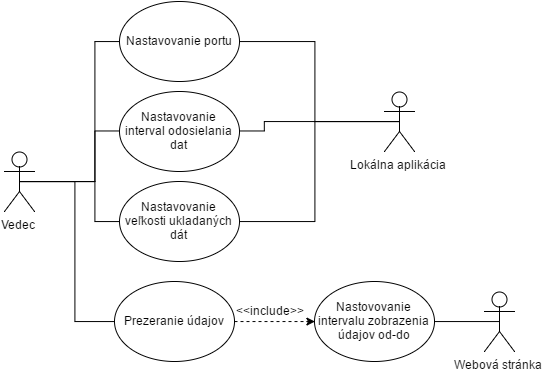
The draw.io diagram Use-case diagram.png in TIS2016/MeracieZariadenia, before a commit. Source tidied: cells renumbered, new cells last; positions are measured from the earlier drawing's top-left corner, leaving out a move shared by most shapes. The source it was exported from:
```xml
<mxGraphModel background="#ffffff">
  <root>
    <mxCell id="0" />
    <mxCell id="1" parent="0" />
    <mxCell id="2" style="edgeStyle=orthogonalEdgeStyle;rounded=0;html=1;exitX=0.5;exitY=0.5;exitPerimeter=0;entryX=0;entryY=0.5;endArrow=none;endFill=0;jettySize=auto;strokeColor=#000000;" parent="1" edge="1" source="5" target="9">
      <mxGeometry relative="1" as="geometry">
        <Array as="points">
          <mxPoint x="90" y="180" />
          <mxPoint x="90" y="40" />
        </Array>
      </mxGeometry>
    </mxCell>
    <mxCell id="3" style="edgeStyle=orthogonalEdgeStyle;rounded=0;html=1;exitX=0.5;exitY=0.5;exitPerimeter=0;entryX=0;entryY=0.5;endArrow=none;endFill=0;jettySize=auto;strokeColor=#000000;" parent="1" edge="1" source="5" target="11">
      <mxGeometry relative="1" as="geometry">
        <Array as="points">
          <mxPoint x="90" y="180" />
          <mxPoint x="90" y="130" />
        </Array>
      </mxGeometry>
    </mxCell>
    <mxCell id="4" style="edgeStyle=orthogonalEdgeStyle;rounded=0;html=1;exitX=0.5;exitY=0.5;exitPerimeter=0;entryX=0;entryY=0.5;endArrow=none;endFill=0;jettySize=auto;strokeColor=#000000;" parent="1" edge="1" source="5" target="16">
      <mxGeometry relative="1" as="geometry">
        <Array as="points">
          <mxPoint x="90" y="180" />
          <mxPoint x="90" y="220" />
        </Array>
      </mxGeometry>
    </mxCell>
    <mxCell id="5" value="Vedec" style="shape=umlActor;verticalLabelPosition=bottom;labelBackgroundColor=#ffffff;verticalAlign=top;html=1;" parent="1" vertex="1">
      <mxGeometry y="150" width="30" height="60" as="geometry" />
    </mxCell>
    <mxCell id="6" style="edgeStyle=orthogonalEdgeStyle;rounded=0;html=1;entryX=0;entryY=0.5;endArrow=classic;endFill=1;jettySize=auto;strokeColor=#000000;dashed=1;" parent="1" edge="1" source="7" target="18">
      <mxGeometry relative="1" as="geometry" />
    </mxCell>
    <mxCell id="7" value="Prezeranie údajov" style="ellipse;whiteSpace=wrap;html=1;" parent="1" vertex="1">
      <mxGeometry x="110" y="280" width="120" height="80" as="geometry" />
    </mxCell>
    <mxCell id="8" style="edgeStyle=orthogonalEdgeStyle;rounded=0;html=1;exitX=1;exitY=0.5;entryX=0.5;entryY=0.5;entryPerimeter=0;endArrow=none;endFill=0;jettySize=auto;strokeColor=#000000;" parent="1" edge="1" source="9" target="13">
      <mxGeometry relative="1" as="geometry">
        <Array as="points">
          <mxPoint x="310" y="40" />
          <mxPoint x="310" y="120" />
        </Array>
      </mxGeometry>
    </mxCell>
    <mxCell id="9" value="Nastavovanie portu" style="ellipse;whiteSpace=wrap;html=1;" parent="1" vertex="1">
      <mxGeometry x="115" width="120" height="80" as="geometry" />
    </mxCell>
    <mxCell id="10" style="edgeStyle=orthogonalEdgeStyle;rounded=0;html=1;exitX=1;exitY=0.5;entryX=0.5;entryY=0.5;entryPerimeter=0;endArrow=none;endFill=0;jettySize=auto;strokeColor=#000000;" parent="1" edge="1" source="11" target="13">
      <mxGeometry relative="1" as="geometry">
        <Array as="points">
          <mxPoint x="260" y="130" />
          <mxPoint x="260" y="120" />
        </Array>
      </mxGeometry>
    </mxCell>
    <mxCell id="11" value="Nastavovanie interval odosielania dat" style="ellipse;whiteSpace=wrap;html=1;" parent="1" vertex="1">
      <mxGeometry x="115" y="90" width="120" height="80" as="geometry" />
    </mxCell>
    <mxCell id="12" style="edgeStyle=orthogonalEdgeStyle;rounded=0;html=1;exitX=0.5;exitY=0.5;exitPerimeter=0;entryX=0;entryY=0.5;endArrow=none;endFill=0;jettySize=auto;strokeColor=#000000;" parent="1" edge="1" source="5" target="7">
      <mxGeometry relative="1" as="geometry">
        <Array as="points">
          <mxPoint x="70" y="180" />
          <mxPoint x="70" y="320" />
        </Array>
      </mxGeometry>
    </mxCell>
    <mxCell id="13" value="Lokálna aplikácia" style="shape=umlActor;verticalLabelPosition=bottom;labelBackgroundColor=#ffffff;verticalAlign=top;html=1;" parent="1" vertex="1">
      <mxGeometry x="380" y="90" width="30" height="60" as="geometry" />
    </mxCell>
    <mxCell id="14" value="Webová stránka&lt;div&gt;&lt;br&gt;&lt;/div&gt;" style="shape=umlActor;verticalLabelPosition=bottom;labelBackgroundColor=#ffffff;verticalAlign=top;html=1;" parent="1" vertex="1">
      <mxGeometry x="480" y="290" width="30" height="60" as="geometry" />
    </mxCell>
    <mxCell id="15" style="edgeStyle=orthogonalEdgeStyle;rounded=0;html=1;exitX=1;exitY=0.5;entryX=0.5;entryY=0.5;entryPerimeter=0;endArrow=none;endFill=0;jettySize=auto;strokeColor=#000000;" parent="1" edge="1" source="16" target="13">
      <mxGeometry relative="1" as="geometry">
        <Array as="points">
          <mxPoint x="310" y="220" />
          <mxPoint x="310" y="120" />
        </Array>
      </mxGeometry>
    </mxCell>
    <mxCell id="16" value="Nastavovanie veľkosti ukladaných dát" style="ellipse;whiteSpace=wrap;html=1;" parent="1" vertex="1">
      <mxGeometry x="115" y="180" width="120" height="80" as="geometry" />
    </mxCell>
    <mxCell id="17" style="edgeStyle=orthogonalEdgeStyle;rounded=0;html=1;entryX=0.5;entryY=0.5;entryPerimeter=0;endArrow=none;endFill=0;jettySize=auto;strokeColor=#000000;" parent="1" edge="1" source="18" target="14">
      <mxGeometry relative="1" as="geometry" />
    </mxCell>
    <mxCell id="18" value="Nastovovanie intervalu zobrazenia údajov od-do" style="ellipse;whiteSpace=wrap;html=1;" parent="1" vertex="1">
      <mxGeometry x="310" y="280" width="120" height="80" as="geometry" />
    </mxCell>
    <mxCell id="19" value="&amp;lt;&amp;lt;include&amp;gt;&amp;gt;" style="text;html=1;align=left;verticalAlign=top;spacingTop=-4;" parent="1" vertex="1">
      <mxGeometry x="230" y="300" width="80" height="20" as="geometry" />
    </mxCell>
  </root>
</mxGraphModel>
```
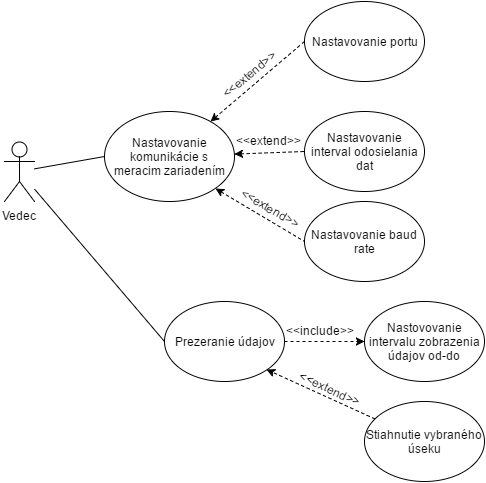
The same file after the commit.

Commit message:
Opravený use-case diagram

Diff of the diagram source:
```diff
@@ -2,94 +2,65 @@
   <root>
     <mxCell id="0" />
     <mxCell id="1" parent="0" />
-    <mxCell id="2" style="edgeStyle=orthogonalEdgeStyle;rounded=0;html=1;exitX=0.5;exitY=0.5;exitPerimeter=0;entryX=0;entryY=0.5;endArrow=none;endFill=0;jettySize=auto;strokeColor=#000000;" parent="1" edge="1" source="5" target="9">
-      <mxGeometry relative="1" as="geometry">
-        <Array as="points">
-          <mxPoint x="90" y="180" />
-          <mxPoint x="90" y="40" />
-        </Array>
-      </mxGeometry>
-    </mxCell>
-    <mxCell id="3" style="edgeStyle=orthogonalEdgeStyle;rounded=0;html=1;exitX=0.5;exitY=0.5;exitPerimeter=0;entryX=0;entryY=0.5;endArrow=none;endFill=0;jettySize=auto;strokeColor=#000000;" parent="1" edge="1" source="5" target="11">
-      <mxGeometry relative="1" as="geometry">
-        <Array as="points">
-          <mxPoint x="90" y="180" />
-          <mxPoint x="90" y="130" />
-        </Array>
-      </mxGeometry>
-    </mxCell>
-    <mxCell id="4" style="edgeStyle=orthogonalEdgeStyle;rounded=0;html=1;exitX=0.5;exitY=0.5;exitPerimeter=0;entryX=0;entryY=0.5;endArrow=none;endFill=0;jettySize=auto;strokeColor=#000000;" parent="1" edge="1" source="5" target="16">
-      <mxGeometry relative="1" as="geometry">
-        <Array as="points">
-          <mxPoint x="90" y="180" />
-          <mxPoint x="90" y="220" />
-        </Array>
-      </mxGeometry>
-    </mxCell>
+    <mxCell id="20" style="edgeStyle=none;rounded=0;html=1;entryX=0;entryY=0.5;endArrow=none;endFill=0;jettySize=auto;strokeColor=#000000;" parent="1" edge="1" source="5" target="24">
+      <mxGeometry relative="1" as="geometry" />
+    </mxCell>
+    <mxCell id="12" style="edgeStyle=none;rounded=0;html=1;entryX=0;entryY=0.5;endArrow=none;endFill=0;jettySize=auto;strokeColor=#000000;" parent="1" edge="1" source="5" target="7">
+      <mxGeometry relative="1" as="geometry" />
+    </mxCell>
     <mxCell id="5" value="Vedec" style="shape=umlActor;verticalLabelPosition=bottom;labelBackgroundColor=#ffffff;verticalAlign=top;html=1;" parent="1" vertex="1">
-      <mxGeometry y="150" width="30" height="60" as="geometry" />
+      <mxGeometry x="-50" y="120" width="30" height="60" as="geometry" />
     </mxCell>
+    <mxCell id="7" value="Prezeranie údajov" style="ellipse;whiteSpace=wrap;html=1;" parent="1" vertex="1">
+      <mxGeometry x="110" y="280" width="120" height="80" as="geometry" />
+    </mxCell>
+    <mxCell id="9" value="Nastavovanie portu" style="ellipse;whiteSpace=wrap;html=1;" parent="1" vertex="1">
+      <mxGeometry x="250" y="-20" width="120" height="80" as="geometry" />
+    </mxCell>
+    <mxCell id="11" value="Nastavovanie interval odosielania dat" style="ellipse;whiteSpace=wrap;html=1;" parent="1" vertex="1">
+      <mxGeometry x="250" y="90" width="120" height="80" as="geometry" />
+    </mxCell>
+    <mxCell id="16" value="&lt;span&gt;Nastavovanie baud rate&lt;/span&gt;" style="ellipse;whiteSpace=wrap;html=1;" parent="1" vertex="1">
+      <mxGeometry x="250" y="180" width="120" height="80" as="geometry" />
+    </mxCell>
+    <mxCell id="18" value="Nastovovanie intervalu zobrazenia údajov od-do" style="ellipse;whiteSpace=wrap;html=1;" parent="1" vertex="1">
+      <mxGeometry x="310" y="280" width="120" height="80" as="geometry" />
+    </mxCell>
     <mxCell id="6" style="edgeStyle=orthogonalEdgeStyle;rounded=0;html=1;entryX=0;entryY=0.5;endArrow=classic;endFill=1;jettySize=auto;strokeColor=#000000;dashed=1;" parent="1" edge="1" source="7" target="18">
       <mxGeometry relative="1" as="geometry" />
     </mxCell>
-    <mxCell id="7" value="Prezeranie údajov" style="ellipse;whiteSpace=wrap;html=1;" parent="1" vertex="1">
-      <mxGeometry x="110" y="280" width="120" height="80" as="geometry" />
-    </mxCell>
-    <mxCell id="8" style="edgeStyle=orthogonalEdgeStyle;rounded=0;html=1;exitX=1;exitY=0.5;entryX=0.5;entryY=0.5;entryPerimeter=0;endArrow=none;endFill=0;jettySize=auto;strokeColor=#000000;" parent="1" edge="1" source="9" target="13">
-      <mxGeometry relative="1" as="geometry">
-        <Array as="points">
-          <mxPoint x="310" y="40" />
-          <mxPoint x="310" y="120" />
-        </Array>
-      </mxGeometry>
-    </mxCell>
-    <mxCell id="9" value="Nastavovanie portu" style="ellipse;whiteSpace=wrap;html=1;" parent="1" vertex="1">
-      <mxGeometry x="115" width="120" height="80" as="geometry" />
-    </mxCell>
-    <mxCell id="10" style="edgeStyle=orthogonalEdgeStyle;rounded=0;html=1;exitX=1;exitY=0.5;entryX=0.5;entryY=0.5;entryPerimeter=0;endArrow=none;endFill=0;jettySize=auto;strokeColor=#000000;" parent="1" edge="1" source="11" target="13">
-      <mxGeometry relative="1" as="geometry">
-        <Array as="points">
-          <mxPoint x="260" y="130" />
-          <mxPoint x="260" y="120" />
-        </Array>
-      </mxGeometry>
-    </mxCell>
-    <mxCell id="11" value="Nastavovanie interval odosielania dat" style="ellipse;whiteSpace=wrap;html=1;" parent="1" vertex="1">
-      <mxGeometry x="115" y="90" width="120" height="80" as="geometry" />
-    </mxCell>
-    <mxCell id="12" style="edgeStyle=orthogonalEdgeStyle;rounded=0;html=1;exitX=0.5;exitY=0.5;exitPerimeter=0;entryX=0;entryY=0.5;endArrow=none;endFill=0;jettySize=auto;strokeColor=#000000;" parent="1" edge="1" source="5" target="7">
-      <mxGeometry relative="1" as="geometry">
-        <Array as="points">
-          <mxPoint x="70" y="180" />
-          <mxPoint x="70" y="320" />
-        </Array>
-      </mxGeometry>
-    </mxCell>
-    <mxCell id="13" value="Lokálna aplikácia" style="shape=umlActor;verticalLabelPosition=bottom;labelBackgroundColor=#ffffff;verticalAlign=top;html=1;" parent="1" vertex="1">
-      <mxGeometry x="380" y="90" width="30" height="60" as="geometry" />
-    </mxCell>
-    <mxCell id="14" value="Webová stránka&lt;div&gt;&lt;br&gt;&lt;/div&gt;" style="shape=umlActor;verticalLabelPosition=bottom;labelBackgroundColor=#ffffff;verticalAlign=top;html=1;" parent="1" vertex="1">
-      <mxGeometry x="480" y="290" width="30" height="60" as="geometry" />
-    </mxCell>
-    <mxCell id="15" style="edgeStyle=orthogonalEdgeStyle;rounded=0;html=1;exitX=1;exitY=0.5;entryX=0.5;entryY=0.5;entryPerimeter=0;endArrow=none;endFill=0;jettySize=auto;strokeColor=#000000;" parent="1" edge="1" source="16" target="13">
-      <mxGeometry relative="1" as="geometry">
-        <Array as="points">
-          <mxPoint x="310" y="220" />
-          <mxPoint x="310" y="120" />
-        </Array>
-      </mxGeometry>
-    </mxCell>
-    <mxCell id="16" value="Nastavovanie veľkosti ukladaných dát" style="ellipse;whiteSpace=wrap;html=1;" parent="1" vertex="1">
-      <mxGeometry x="115" y="180" width="120" height="80" as="geometry" />
-    </mxCell>
-    <mxCell id="17" style="edgeStyle=orthogonalEdgeStyle;rounded=0;html=1;entryX=0.5;entryY=0.5;entryPerimeter=0;endArrow=none;endFill=0;jettySize=auto;strokeColor=#000000;" parent="1" edge="1" source="18" target="14">
-      <mxGeometry relative="1" as="geometry" />
-    </mxCell>
-    <mxCell id="18" value="Nastovovanie intervalu zobrazenia údajov od-do" style="ellipse;whiteSpace=wrap;html=1;" parent="1" vertex="1">
-      <mxGeometry x="310" y="280" width="120" height="80" as="geometry" />
-    </mxCell>
     <mxCell id="19" value="&amp;lt;&amp;lt;include&amp;gt;&amp;gt;" style="text;html=1;align=left;verticalAlign=top;spacingTop=-4;" parent="1" vertex="1">
       <mxGeometry x="230" y="300" width="80" height="20" as="geometry" />
     </mxCell>
+    <mxCell id="21" style="edgeStyle=none;rounded=0;html=1;entryX=0;entryY=0.5;endArrow=none;endFill=0;jettySize=auto;strokeColor=#000000;dashed=1;startArrow=classic;startFill=1;" parent="1" edge="1" source="24" target="9">
+      <mxGeometry relative="1" as="geometry" />
+    </mxCell>
+    <mxCell id="22" style="edgeStyle=none;rounded=0;html=1;entryX=0;entryY=0.5;dashed=1;endArrow=none;endFill=0;jettySize=auto;strokeColor=#000000;startArrow=classic;startFill=1;" parent="1" edge="1" source="24" target="11">
+      <mxGeometry relative="1" as="geometry" />
+    </mxCell>
+    <mxCell id="23" style="edgeStyle=none;rounded=0;html=1;exitX=1;exitY=1;entryX=0;entryY=0.5;dashed=1;endArrow=none;endFill=0;jettySize=auto;strokeColor=#000000;startArrow=classic;startFill=1;" parent="1" edge="1" source="24" target="16">
+      <mxGeometry relative="1" as="geometry" />
+    </mxCell>
+    <mxCell id="24" value="Nastavovanie komunikácie s meracim zariadením" style="ellipse;whiteSpace=wrap;html=1;" parent="1" vertex="1">
+      <mxGeometry x="50" y="90" width="130" height="90" as="geometry" />
+    </mxCell>
+    <mxCell id="25" style="edgeStyle=none;rounded=0;html=1;entryX=1;entryY=1;dashed=1;startArrow=none;startFill=0;endArrow=classic;endFill=1;jettySize=auto;strokeColor=#000000;" parent="1" edge="1" source="26" target="7">
+      <mxGeometry relative="1" as="geometry" />
+    </mxCell>
+    <mxCell id="26" value="Stiahnutie vybraného úseku" style="ellipse;whiteSpace=wrap;html=1;" parent="1" vertex="1">
+      <mxGeometry x="310" y="380" width="120" height="80" as="geometry" />
+    </mxCell>
+    <mxCell id="27" value="&amp;lt;&amp;lt;extend&amp;gt;&amp;gt;" style="text;html=1;align=left;verticalAlign=top;spacingTop=-4;rotation=25;" parent="1" vertex="1">
+      <mxGeometry x="240" y="360" width="80" height="20" as="geometry" />
+    </mxCell>
+    <mxCell id="28" value="&amp;lt;&amp;lt;extend&amp;gt;&amp;gt;" style="text;html=1;align=left;verticalAlign=top;spacingTop=-4;rotation=30;" parent="1" vertex="1">
+      <mxGeometry x="180" y="180" width="80" height="20" as="geometry" />
+    </mxCell>
+    <mxCell id="29" value="&amp;lt;&amp;lt;extend&amp;gt;&amp;gt;" style="text;html=1;align=left;verticalAlign=top;spacingTop=-4;rotation=0;" parent="1" vertex="1">
+      <mxGeometry x="180" y="110" width="80" height="20" as="geometry" />
+    </mxCell>
+    <mxCell id="30" value="&amp;lt;&amp;lt;extend&amp;gt;&amp;gt;" style="text;html=1;align=left;verticalAlign=top;spacingTop=-4;rotation=-40;" parent="1" vertex="1">
+      <mxGeometry x="160" y="40" width="80" height="20" as="geometry" />
+    </mxCell>
   </root>
 </mxGraphModel>
```
